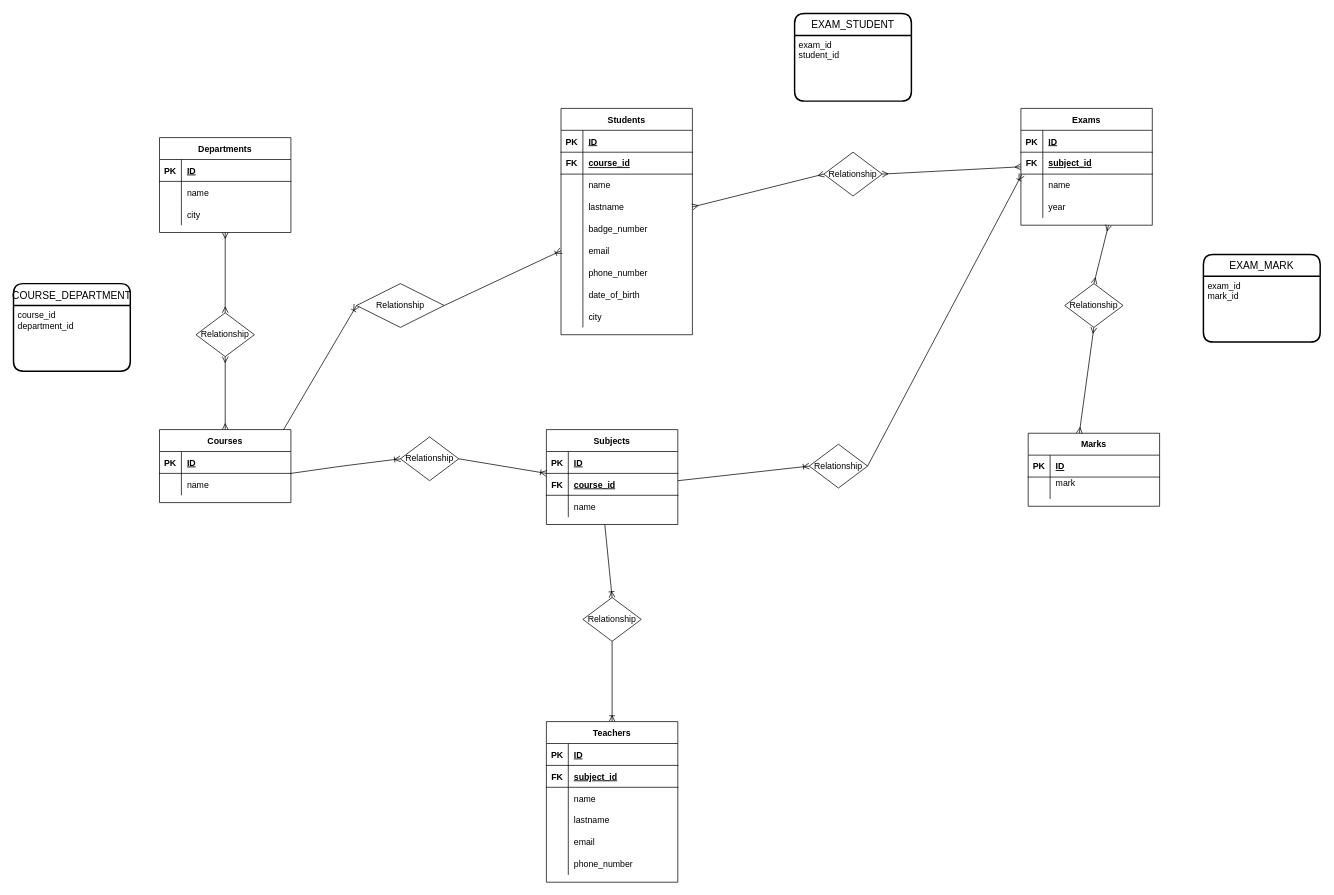
Alexxboc/db-university keeps this draw.io diagram as university.drawio. Above is the earlier version. Source tidied: cells renumbered, new cells numbered last; positions are measured from the earlier drawing's top-left corner, leaving out a move shared by most shapes. Both pictures are drawn from the tidied source at 73%, with x=0, y=0 at pixel (13, 13).
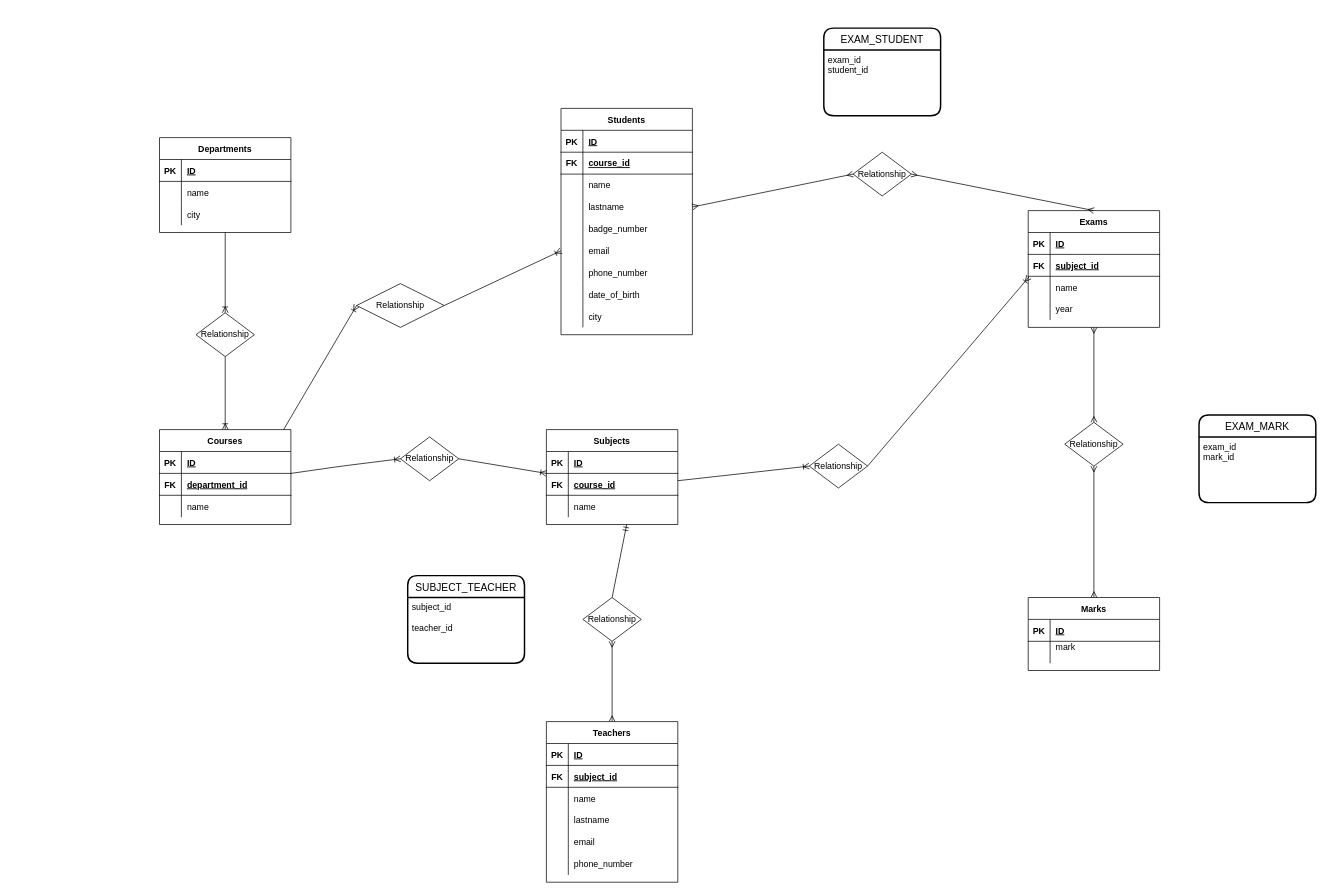
The same diagram, later.

Commit message (it also covers changes not shown here):
change teacher relation

The change refers to these unchanged cells:
```xml
<mxCell id="2" value="Departments" style="shape=table;startSize=30;childLayout=tableLayout;rowLines=0;fontStyle=1;align=center;" parent="1" vertex="1">
  <mxGeometry x="200" y="170" width="180" height="130" as="geometry" />
</mxCell>
<mxCell id="29" value="Teachers" style="shape=table;startSize=30;childLayout=tableLayout;rowLines=0;fontStyle=1;align=center;" parent="1" vertex="1">
  <mxGeometry x="730" y="970" width="180" height="220" as="geometry" />
</mxCell>
<mxCell id="71" style="shape=partialRectangle;fillColor=none;top=0;left=0;bottom=0;right=0;points=[[0,0.5],[1,0.5]];portConstraint=eastwest;" parent="61" vertex="1">
  <mxGeometry y="120" width="180" height="30" as="geometry" />
</mxCell>
<mxCell id="98" value="Relationship" style="shape=rhombus;perimeter=rhombusPerimeter;whiteSpace=wrap;html=1;align=center;" parent="1" vertex="1">
  <mxGeometry x="250" y="410" width="80" height="60" as="geometry" />
</mxCell>
<mxCell id="104" value="Relationship" style="shape=rhombus;perimeter=rhombusPerimeter;whiteSpace=wrap;html=1;align=center;" parent="1" vertex="1">
  <mxGeometry x="780" y="800" width="80" height="60" as="geometry" />
</mxCell>
```

What changed in the source:
```diff
@@
     <mxCell id="12" value="Courses" style="shape=table;startSize=30;childLayout=tableLayout;rowLines=0;fontStyle=1;align=center;" parent="1" vertex="1">
-      <mxGeometry x="200" y="570" width="180" height="100" as="geometry" />
+      <mxGeometry x="200" y="570" width="180" height="130" as="geometry" />
     </mxCell>
@@
+    <mxCell id="123" style="shape=partialRectangle;fillColor=none;top=0;left=0;bottom=1;right=0;" parent="12" vertex="1">
+      <mxGeometry y="60" width="180" height="30" as="geometry" />
+    </mxCell>
+    <mxCell id="124" value="FK" style="shape=partialRectangle;fillColor=none;top=0;left=0;bottom=0;right=0;fontStyle=1;overflow=hidden;" parent="123" vertex="1">
+      <mxGeometry width="30" height="30" as="geometry" />
+    </mxCell>
+    <mxCell id="125" value="department_id" style="shape=partialRectangle;fillColor=none;top=0;left=0;bottom=0;right=0;align=left;spacingLeft=6;fontStyle=5;overflow=hidden;" parent="123" vertex="1">
+      <mxGeometry x="30" width="150" height="30" as="geometry" />
+    </mxCell>
     <mxCell id="16" style="shape=partialRectangle;fillColor=none;top=0;left=0;bottom=0;right=0;" parent="12" vertex="1">
-      <mxGeometry y="60" width="180" height="30" as="geometry" />
+      <mxGeometry y="90" width="180" height="30" as="geometry" />
     </mxCell>
@@
     <mxCell id="48" value="Exams" style="shape=table;startSize=30;childLayout=tableLayout;rowLines=0;fontStyle=1;align=center;" parent="1" vertex="1">
-      <mxGeometry x="1380" y="130" width="180" height="160" as="geometry" />
+      <mxGeometry x="1390" y="270" width="180" height="160" as="geometry" />
     </mxCell>
@@
     <mxCell id="89" value="Marks" style="shape=table;startSize=30;childLayout=tableLayout;rowLines=0;fontStyle=1;align=center;" parent="1" vertex="1">
-      <mxGeometry x="1390" y="575" width="180" height="100" as="geometry" />
+      <mxGeometry x="1390" y="800" width="180" height="100" as="geometry" />
     </mxCell>
@@
-    <mxCell id="96" value="COURSE_DEPARTMENT" style="swimlane;horizontal=1;startSize=30;rounded=1;fontSize=14;fontStyle=0;strokeWidth=2;shadow=0;dashed=0;align=center;" parent="1" vertex="1">
-      <mxGeometry y="370" width="160" height="120" as="geometry" />
-    </mxCell>
-    <mxCell id="97" value="course_id&#10;department_id" style="align=left;strokeColor=none;fillColor=none;spacingLeft=4;fontSize=12;verticalAlign=top;" parent="96" vertex="1">
-      <mxGeometry y="30" width="160" height="90" as="geometry" />
-    </mxCell>
@@
-    <mxCell id="99" style="fontSize=12;html=1;endArrow=ERmany;startArrow=ERmany;exitX=0.5;exitY=0;exitDx=0;exitDy=0;entryX=0.5;entryY=1;entryDx=0;entryDy=0;" parent="1" edge="1" source="12" target="98">
-      <mxGeometry relative="1" as="geometry" />
-    </mxCell>
-    <mxCell id="100" style="fontSize=12;html=1;endArrow=ERmany;startArrow=ERmany;entryX=0.5;entryY=1;entryDx=0;entryDy=0;exitX=0.5;exitY=0;exitDx=0;exitDy=0;" parent="1" edge="1" source="98" target="2">
-      <mxGeometry relative="1" as="geometry" />
-    </mxCell>
@@
-    <mxCell id="105" style="fontSize=12;html=1;endArrow=ERoneToMany;entryX=0.5;entryY=0;entryDx=0;entryDy=0;" parent="1" edge="1" target="104">
-      <mxGeometry relative="1" as="geometry">
-        <mxPoint x="810" y="700" as="sourcePoint" />
-      </mxGeometry>
-    </mxCell>
-    <mxCell id="106" style="fontSize=12;html=1;endArrow=ERoneToMany;exitX=0.5;exitY=1;exitDx=0;exitDy=0;entryX=0.5;entryY=0;entryDx=0;entryDy=0;" parent="1" edge="1" source="104" target="29">
-      <mxGeometry relative="1" as="geometry" />
-    </mxCell>
@@
     <mxCell id="113" value="Relationship" style="shape=rhombus;perimeter=rhombusPerimeter;whiteSpace=wrap;html=1;align=center;" parent="1" vertex="1">
-      <mxGeometry x="1110" y="190" width="80" height="60" as="geometry" />
+      <mxGeometry x="1150" y="190" width="80" height="60" as="geometry" />
     </mxCell>
-    <mxCell id="114" style="fontSize=12;html=1;endArrow=ERmany;startArrow=ERmany;exitX=1;exitY=0.5;exitDx=0;exitDy=0;" parent="1" edge="1" source="71">
-      <mxGeometry relative="1" as="geometry">
-        <mxPoint x="1110" y="220" as="targetPoint" />
-      </mxGeometry>
+    <mxCell id="114" style="fontSize=12;html=1;endArrow=ERmany;startArrow=ERmany;exitX=1;exitY=0.5;exitDx=0;exitDy=0;entryX=0;entryY=0.5;entryDx=0;entryDy=0;" parent="1" edge="1" source="71" target="113">
+      <mxGeometry relative="1" as="geometry" />
     </mxCell>
-    <mxCell id="115" style="fontSize=12;html=1;endArrow=ERmany;startArrow=ERmany;exitX=1;exitY=0.5;exitDx=0;exitDy=0;" parent="1" edge="1" source="113">
-      <mxGeometry relative="1" as="geometry">
-        <mxPoint x="1380" y="210" as="targetPoint" />
-      </mxGeometry>
+    <mxCell id="115" style="fontSize=12;html=1;endArrow=ERmany;startArrow=ERmany;exitX=1;exitY=0.5;exitDx=0;exitDy=0;entryX=0.5;entryY=0;entryDx=0;entryDy=0;" parent="1" edge="1" source="113" target="48">
+      <mxGeometry relative="1" as="geometry" />
     </mxCell>
     <mxCell id="116" value="EXAM_STUDENT" style="swimlane;horizontal=1;startSize=30;rounded=1;fontSize=14;fontStyle=0;strokeWidth=2;shadow=0;dashed=0;align=center;" parent="1" vertex="1">
-      <mxGeometry x="1070" width="160" height="120" as="geometry" />
+      <mxGeometry x="1110" y="20" width="160" height="120" as="geometry" />
     </mxCell>
@@
     <mxCell id="118" value="Relationship" style="shape=rhombus;perimeter=rhombusPerimeter;whiteSpace=wrap;html=1;align=center;" parent="1" vertex="1">
-      <mxGeometry x="1440" y="370" width="80" height="60" as="geometry" />
+      <mxGeometry x="1440" y="560" width="80" height="60" as="geometry" />
     </mxCell>
-    <mxCell id="119" style="fontSize=12;html=1;endArrow=ERmany;startArrow=ERmany;entryX=0.5;entryY=1;entryDx=0;entryDy=0;" parent="1" edge="1" target="118">
-      <mxGeometry relative="1" as="geometry">
-        <mxPoint x="1460" y="575" as="sourcePoint" />
-      </mxGeometry>
+    <mxCell id="119" style="fontSize=12;html=1;endArrow=ERmany;startArrow=ERmany;entryX=0.5;entryY=1;entryDx=0;entryDy=0;exitX=0.5;exitY=0;exitDx=0;exitDy=0;" parent="1" edge="1" source="89" target="118">
+      <mxGeometry relative="1" as="geometry" />
     </mxCell>
-    <mxCell id="120" style="fontSize=12;html=1;endArrow=ERmany;startArrow=ERmany;exitX=0.5;exitY=0;exitDx=0;exitDy=0;" parent="1" edge="1" source="118">
-      <mxGeometry relative="1" as="geometry">
-        <mxPoint x="1500" y="290" as="targetPoint" />
-      </mxGeometry>
+    <mxCell id="120" style="fontSize=12;html=1;endArrow=ERmany;startArrow=ERmany;exitX=0.5;exitY=0;exitDx=0;exitDy=0;entryX=0.5;entryY=1;entryDx=0;entryDy=0;" parent="1" edge="1" source="118" target="48">
+      <mxGeometry relative="1" as="geometry" />
     </mxCell>
     <mxCell id="121" value="EXAM_MARK" style="swimlane;horizontal=1;startSize=30;rounded=1;fontSize=14;fontStyle=0;strokeWidth=2;shadow=0;dashed=0;align=center;" parent="1" vertex="1">
-      <mxGeometry x="1630" y="330" width="160" height="120" as="geometry" />
+      <mxGeometry x="1624" y="550" width="160" height="120" as="geometry" />
     </mxCell>
@@
+    <mxCell id="126" style="fontSize=12;html=1;endArrow=ERoneToMany;entryX=0.5;entryY=0;entryDx=0;entryDy=0;" parent="1" edge="1" target="98">
+      <mxGeometry relative="1" as="geometry">
+        <mxPoint x="290" y="300" as="sourcePoint" />
+      </mxGeometry>
+    </mxCell>
+    <mxCell id="127" style="fontSize=12;html=1;endArrow=ERoneToMany;exitX=0.5;exitY=1;exitDx=0;exitDy=0;entryX=0.5;entryY=0;entryDx=0;entryDy=0;" parent="1" edge="1" source="98" target="12">
+      <mxGeometry relative="1" as="geometry" />
+    </mxCell>
+    <mxCell id="128" style="fontSize=12;html=1;endArrow=ERmany;startArrow=ERmany;exitX=0.5;exitY=0;exitDx=0;exitDy=0;" parent="1" edge="1" source="29">
+      <mxGeometry relative="1" as="geometry">
+        <mxPoint x="820" y="860" as="targetPoint" />
+      </mxGeometry>
+    </mxCell>
+    <mxCell id="129" style="fontSize=12;html=1;endArrow=ERmandOne;exitX=0.5;exitY=0;exitDx=0;exitDy=0;" parent="1" edge="1" source="104">
+      <mxGeometry relative="1" as="geometry">
+        <mxPoint x="840" y="700" as="targetPoint" />
+      </mxGeometry>
+    </mxCell>
+    <mxCell id="130" value="SUBJECT_TEACHER" style="swimlane;horizontal=1;startSize=30;rounded=1;fontSize=14;fontStyle=0;strokeWidth=2;shadow=0;dashed=0;align=center;" parent="1" vertex="1">
+      <mxGeometry x="540" y="770" width="160" height="120" as="geometry" />
+    </mxCell>
+    <mxCell id="131" value="subject_id&#10;&#10;teacher_id" style="align=left;strokeColor=none;fillColor=none;spacingLeft=4;fontSize=12;verticalAlign=top;" parent="130" vertex="1">
+      <mxGeometry y="30" width="160" height="90" as="geometry" />
+    </mxCell>
```
